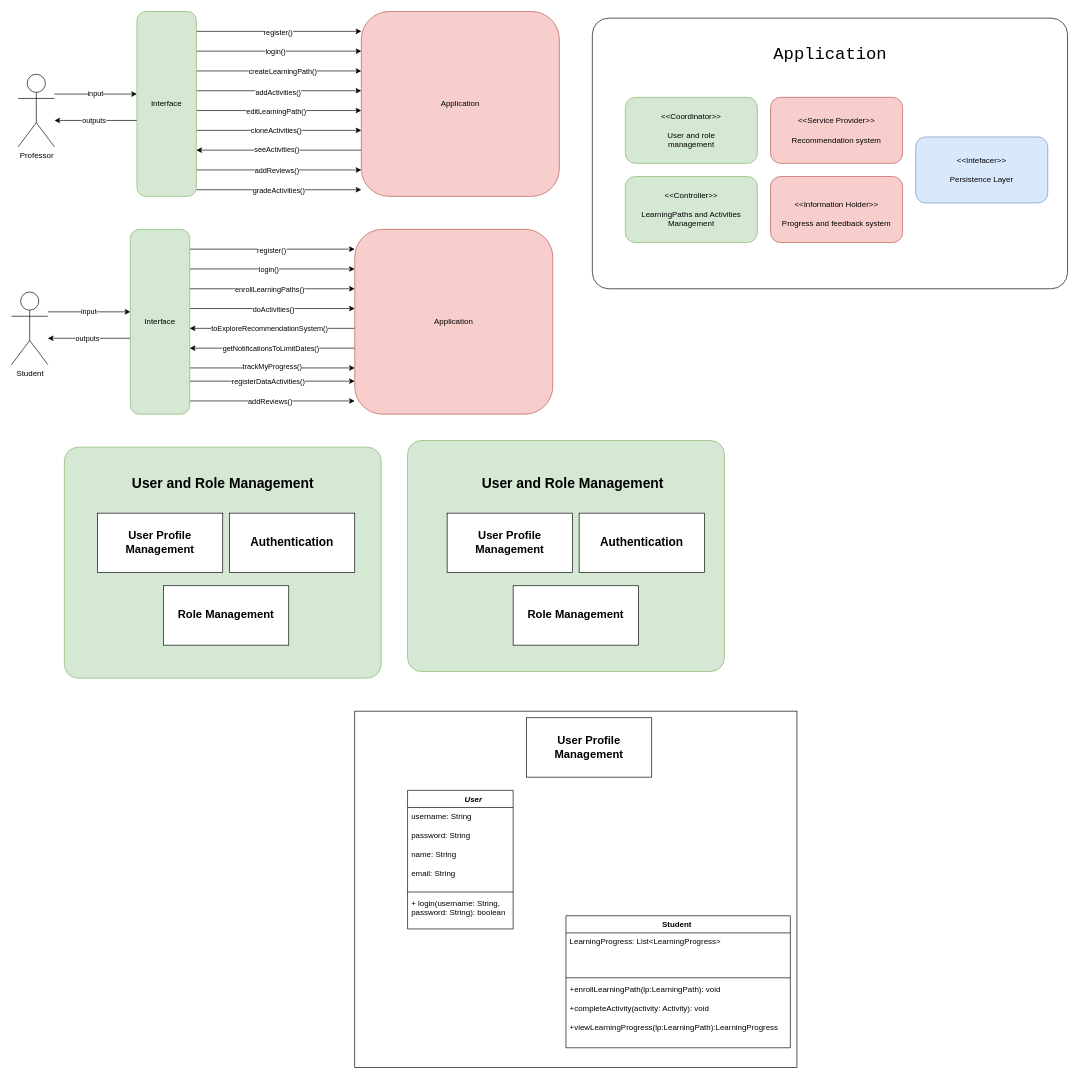
The draw.io diagram sprint-1/task-2/fr-diagrams.drawio in DPO-20242-SEC06/Project-OOPD, before the edit. Source tidied: cells renumbered, new cells numbered last; positions are measured from the earlier drawing's top-left corner, leaving out a move shared by most shapes. Both pictures are drawn from the tidied source at 66%, with x=0, y=0 at pixel (11, 11).
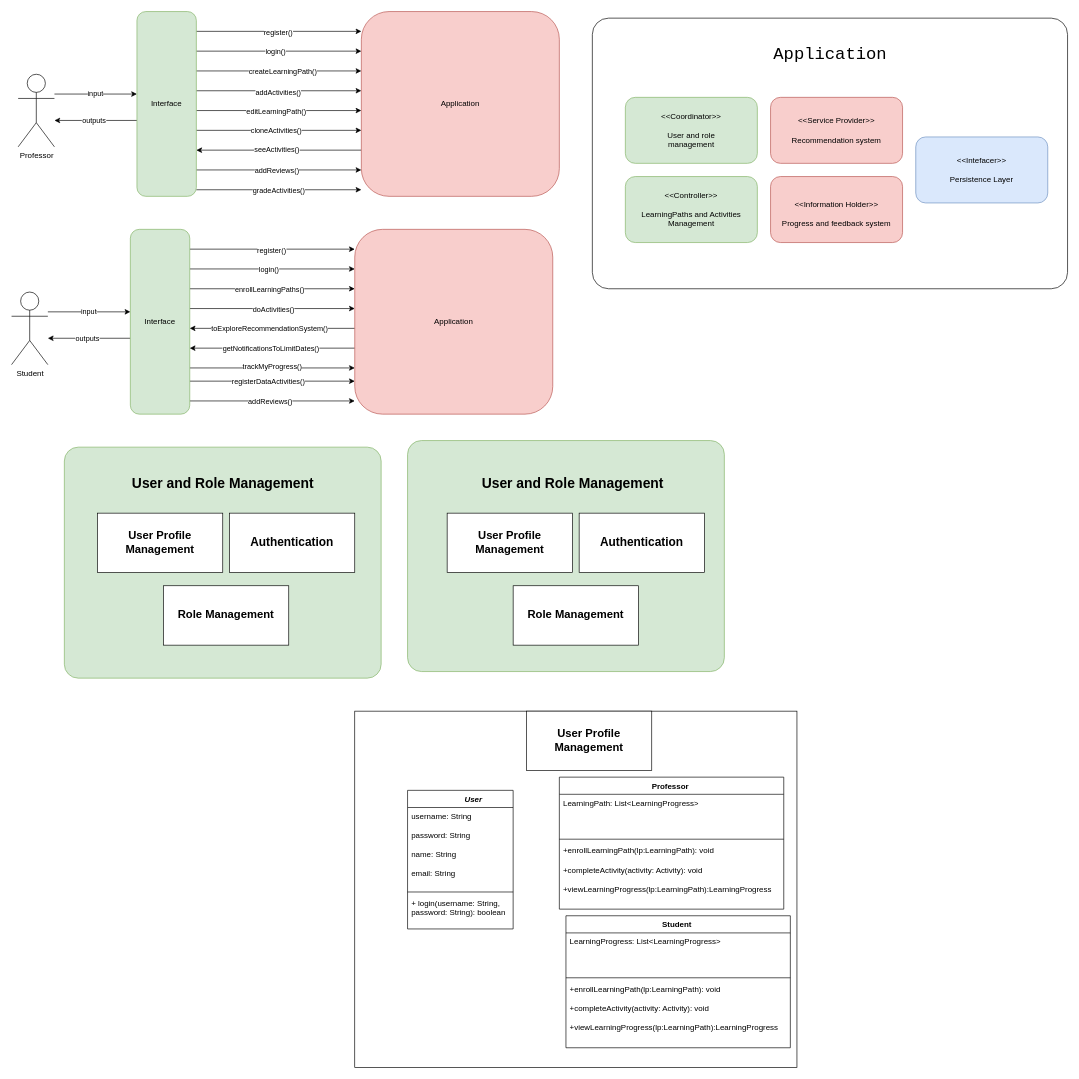
The same diagram, later.

The edit, as a diff of the source:
```diff
@@
     <mxCell id="70" value="&lt;font style=&quot;font-size: 17px;&quot;&gt;&lt;b&gt;User Profile Management&lt;br&gt;&lt;/b&gt;&lt;/font&gt;" style="html=1;whiteSpace=wrap;" parent="1" vertex="1">
-      <mxGeometry x="780" y="1070" width="190" height="90" as="geometry" />
+      <mxGeometry x="780" y="1060" width="190" height="90" as="geometry" />
     </mxCell>
@@
+    <mxCell id="79" value="Professor&amp;nbsp;" style="swimlane;fontStyle=1;align=center;verticalAlign=top;horizontal=1;startSize=26;whiteSpace=wrap;html=1;" parent="1" vertex="1">
+      <mxGeometry x="830" y="1160" width="340" height="200" as="geometry" />
+    </mxCell>
+    <mxCell id="80" value="LearningPath: List&amp;lt;LearningProgress&amp;gt;" style="text;strokeColor=none;fillColor=none;align=left;verticalAlign=top;spacingLeft=4;spacingRight=4;overflow=hidden;whiteSpace=wrap;html=1;" parent="79" vertex="1">
+      <mxGeometry y="26" width="340" height="64" as="geometry" />
+    </mxCell>
+    <mxCell id="81" style="line;strokeWidth=1;fillColor=none;align=left;verticalAlign=middle;spacingTop=-1;spacingLeft=3;spacingRight=3;labelPosition=right;strokeColor=inherit;" parent="79" vertex="1">
+      <mxGeometry y="90" width="340" height="8" as="geometry" />
+    </mxCell>
+    <mxCell id="82" value="+enrollLearningPath(lp:LearningPath): void&lt;div&gt;&lt;br&gt;&lt;/div&gt;&lt;div&gt;+completeActivity(activity: Activity): void&lt;/div&gt;&lt;div&gt;&lt;br&gt;&lt;/div&gt;&lt;div&gt;+viewLearningProgress(lp:LearningPath):LearningProgress&lt;/div&gt;" style="text;strokeColor=none;fillColor=none;align=left;verticalAlign=top;spacingLeft=4;spacingRight=4;overflow=hidden;whiteSpace=wrap;html=1;" parent="79" vertex="1">
+      <mxGeometry y="98" width="340" height="102" as="geometry" />
+    </mxCell>
```
